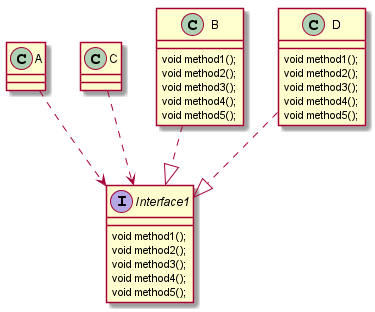
en-hui/en-hui keeps this PlantUML diagram as docs/设计模式/七大设计原则/img/接口隔离前.png. Above is the earlier version. Its diagram source:
```plantuml
@startuml



class A{
}
class C{
}

interface Interface1{
void method1();
void method2();
void method3();
void method4();
void method5();
}

class B{
void method1();
void method2();
void method3();
void method4();
void method5();
}
class D{
void method1();
void method2();
void method3();
void method4();
void method5();
}


B ..|> Interface1
D ..|> Interface1

A..>Interface1
C..>Interface1
@enduml
```
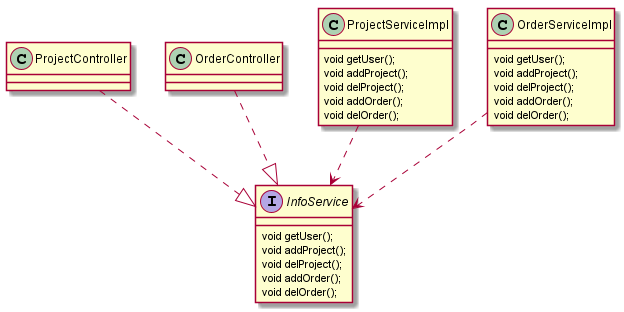
The same diagram one commit later.

Change to the diagram source:
```diff
@@ -1,39 +1,36 @@
 @startuml
-
-
-
-class A{
+class ProjectController{
 }
-class C{
+class OrderController{
 }
 
-interface Interface1{
-void method1();
-void method2();
-void method3();
-void method4();
-void method5();
+interface InfoService{
+void getUser();
+void addProject();
+void delProject();
+void addOrder();
+void delOrder();
 }
 
-class B{
-void method1();
-void method2();
-void method3();
-void method4();
-void method5();
+class ProjectServiceImpl{
+void getUser();
+void addProject();
+void delProject();
+void addOrder();
+void delOrder();
 }
-class D{
-void method1();
-void method2();
-void method3();
-void method4();
-void method5();
+class OrderServiceImpl{
+void getUser();
+void addProject();
+void delProject();
+void addOrder();
+void delOrder();
 }
 
 
-B ..|> Interface1
-D ..|> Interface1
+ProjectController ..|> InfoService
+OrderController ..|> InfoService
 
-A..>Interface1
-C..>Interface1
+ProjectServiceImpl..>InfoService
+OrderServiceImpl..>InfoService
 @enduml
```
